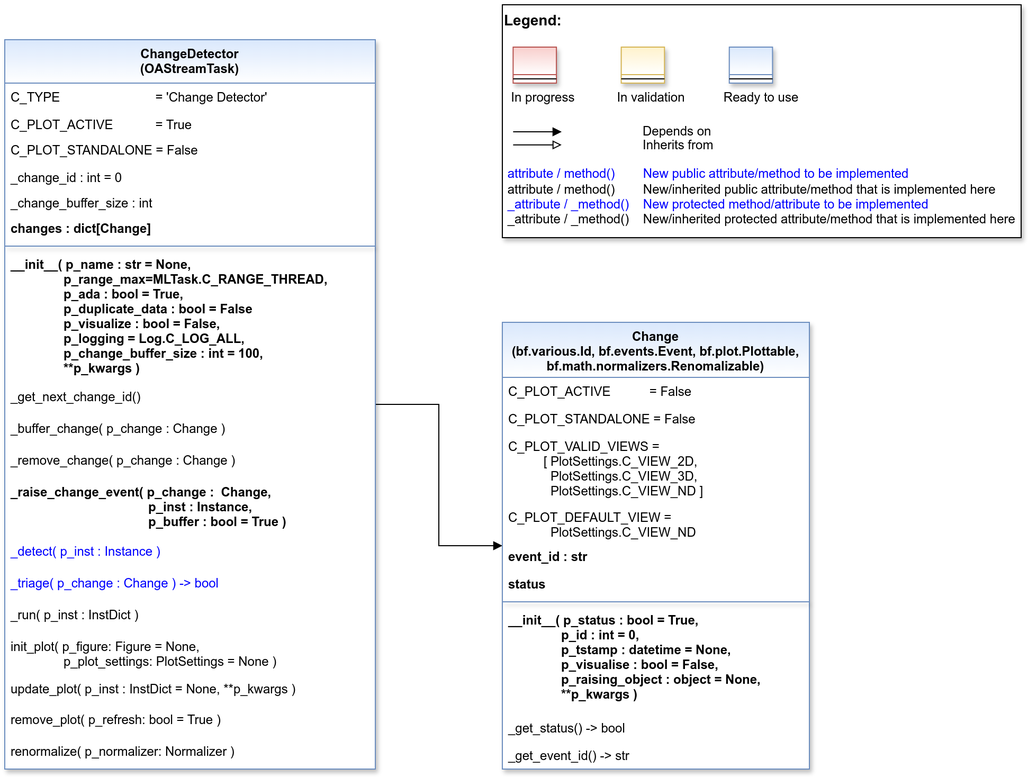
Earlier version of the draw.io export doc/rtd/content/99_appendices/appendix2/sub/mlpro_oa/streams/30_change_detection/images/MLPro-OA-Change-Detectors_class_diagram.drawio.png (fhswf/MLPro). Source tidied: cells renumbered, new cells last; positions are measured from the earlier drawing's top-left corner, leaving out a move shared by most shapes.
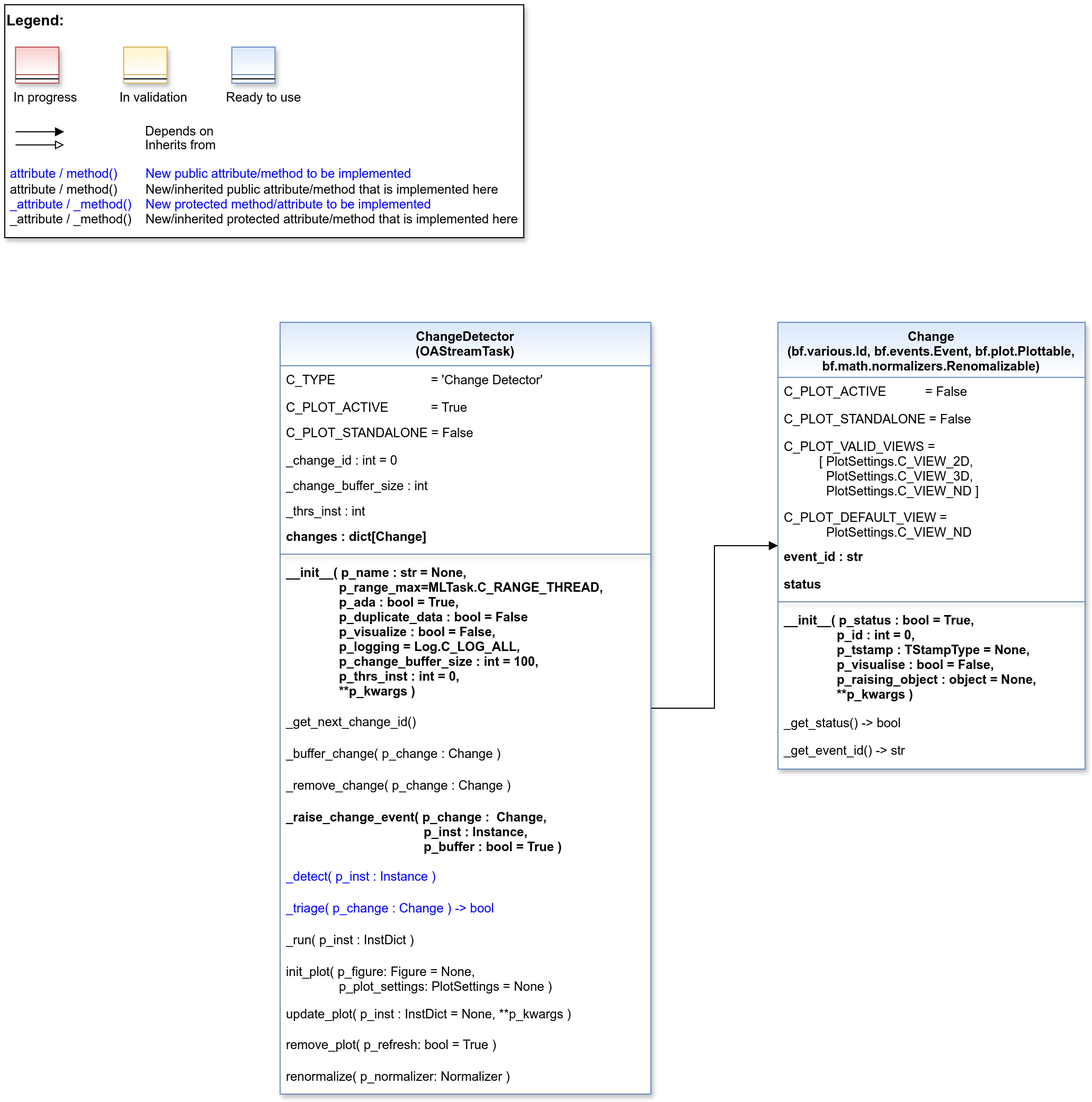
Above is the later version.

The edit, as a diff of the source:
```diff
@@ -3,7 +3,7 @@
     <mxCell id="0" />
     <mxCell id="1" parent="0" />
     <mxCell id="2" style="group;" parent="1" vertex="1">
-      <mxGeometry x="470" width="490" height="220" as="geometry" />
+      <mxGeometry width="490" height="220" as="geometry" />
     </mxCell>
     <mxCell id="3" value="&lt;font color=&quot;#000000&quot; size=&quot;1&quot;&gt;&lt;b style=&quot;font-size: 14px&quot;&gt;Legend:&lt;br&gt;&lt;/b&gt;&lt;/font&gt;&lt;br&gt;&lt;br&gt;&lt;br&gt;&lt;font color=&quot;#0000ff&quot; style=&quot;font-size: 6px&quot;&gt;&lt;br&gt;&lt;/font&gt;&lt;span style=&quot;color: rgb(0 , 0 , 0)&quot;&gt;&lt;font style=&quot;font-size: 4px&quot;&gt;&amp;nbsp; &amp;nbsp;&lt;/font&gt;&amp;nbsp;In progress&amp;nbsp; &amp;nbsp; &amp;nbsp; &amp;nbsp; &amp;nbsp; &amp;nbsp; In validation&amp;nbsp; &amp;nbsp; &amp;nbsp; &amp;nbsp; &amp;nbsp; &amp;nbsp;Ready to use&lt;/span&gt;&lt;font color=&quot;#000000&quot;&gt;&amp;nbsp;&lt;br&gt;&lt;/font&gt;&lt;font color=&quot;#0000ff&quot;&gt;&lt;br&gt;&lt;br&gt;&lt;br&gt;&lt;br&gt;&amp;nbsp;attribute / method()&amp;nbsp; &amp;nbsp; &amp;nbsp; &amp;nbsp; New public attribute/method to be implemented&lt;/font&gt;&lt;br&gt;&lt;font color=&quot;#000000&quot;&gt;&amp;nbsp;&lt;/font&gt;&lt;font color=&quot;#000000&quot;&gt;attribute / method()&lt;span&gt; &lt;/span&gt;&amp;nbsp; &amp;nbsp; &amp;nbsp; &amp;nbsp;New/inherited public attribute/method that is implemented here&lt;br&gt;&lt;/font&gt;&lt;font color=&quot;#0000ff&quot;&gt;&amp;nbsp;_attribute /&amp;nbsp;&lt;/font&gt;&lt;font color=&quot;#0000ff&quot;&gt;_method()&amp;nbsp; &amp;nbsp; New protected method/attribute to be implemented&lt;/font&gt;&lt;br&gt;&lt;font color=&quot;#000000&quot;&gt;&amp;nbsp;_attribute / _method()&amp;nbsp; &amp;nbsp; New/inherited protected attribute/method that is implemented here&lt;br&gt;&lt;/font&gt;&lt;font color=&quot;#000000&quot;&gt;&lt;br&gt;&lt;br&gt;&lt;br&gt;&lt;br&gt;&lt;br&gt;&lt;/font&gt;" style="text;html=1;align=left;verticalAlign=top;whiteSpace=wrap;rounded=0;fontColor=#006600;strokeColor=#000000;shadow=1;fillColor=#ffffff;" parent="2" vertex="1">
       <mxGeometry width="490" height="220" as="geometry" />
@@ -43,11 +43,11 @@
     <mxCell id="11" style="line;html=1;strokeWidth=1;align=left;verticalAlign=middle;spacingTop=-1;spacingLeft=3;spacingRight=3;labelPosition=right;" parent="10" vertex="1">
       <mxGeometry y="26" width="40.8" height="8" as="geometry" />
     </mxCell>
-    <mxCell id="12" style="edgeStyle=orthogonalEdgeStyle;rounded=0;jettySize=auto;html=1;endArrow=block;endFill=1;" parent="1" edge="1" source="13" target="33">
+    <mxCell id="12" style="edgeStyle=orthogonalEdgeStyle;rounded=0;jettySize=auto;html=1;endArrow=block;endFill=1;" parent="1" edge="1" source="13" target="34">
       <mxGeometry relative="1" as="geometry" />
     </mxCell>
     <mxCell id="13" value="ChangeDetector&#10;(OAStreamTask)" style="swimlane;align=center;verticalAlign=top;horizontal=1;startSize=41;rounded=0;shadow=1;strokeWidth=1;fillColor=#dae8fc;strokeColor=#6c8ebf;swimlaneFillColor=#ffffff;gradientColor=#FFFFFF;" parent="1" vertex="1">
-      <mxGeometry y="33" width="350" height="689" as="geometry" />
+      <mxGeometry x="260" y="300" width="350" height="729" as="geometry" />
     </mxCell>
     <mxCell id="14" value="C_TYPE                           = 'Change Detector'" style="text;align=left;verticalAlign=top;spacingLeft=4;spacingRight=4;overflow=hidden;fontStyle=0;fontColor=default;" parent="13" vertex="1">
       <mxGeometry y="41" width="350" height="26" as="geometry" />
@@ -64,80 +64,83 @@
     <mxCell id="18" value="_change_buffer_size : int" style="text;align=left;verticalAlign=top;spacingLeft=4;spacingRight=4;overflow=hidden;" parent="13" vertex="1">
       <mxGeometry y="141" width="350" height="24" as="geometry" />
     </mxCell>
-    <mxCell id="19" value="changes : dict[Change]" style="text;align=left;verticalAlign=top;spacingLeft=4;spacingRight=4;overflow=hidden;fontStyle=1;" parent="13" vertex="1">
-      <mxGeometry y="165" width="350" height="26" as="geometry" />
+    <mxCell id="19" value="_thrs_inst : int" style="text;align=left;verticalAlign=top;spacingLeft=4;spacingRight=4;overflow=hidden;" parent="13" vertex="1">
+      <mxGeometry y="165" width="350" height="24" as="geometry" />
     </mxCell>
-    <mxCell id="20" style="line;html=1;strokeWidth=1;align=center;verticalAlign=top;spacingTop=-1;spacingLeft=3;spacingRight=3;labelPosition=right;rounded=0;shadow=1;strokeColor=#6c8ebf;swimlaneFillColor=#ffffff;fontFamily=Helvetica;fontSize=12;fontColor=default;fontStyle=3;fillColor=#dae8fc;gradientColor=#ffffff;" parent="13" vertex="1">
-      <mxGeometry y="191" width="350" height="8" as="geometry" />
+    <mxCell id="20" value="changes : dict[Change]" style="text;align=left;verticalAlign=top;spacingLeft=4;spacingRight=4;overflow=hidden;fontStyle=1;" parent="13" vertex="1">
+      <mxGeometry y="189" width="350" height="26" as="geometry" />
     </mxCell>
-    <mxCell id="21" value="__init__( p_name : str = None,&#10;               p_range_max=MLTask.C_RANGE_THREAD,&#10;               p_ada : bool = True,&#10;               p_duplicate_data : bool = False&#10;               p_visualize : bool = False,&#10;               p_logging = Log.C_LOG_ALL,&#10;               p_change_buffer_size : int = 100,&#10;               **p_kwargs )" style="text;align=left;verticalAlign=top;spacingLeft=4;spacingRight=4;overflow=hidden;fontStyle=1;" parent="13" vertex="1">
-      <mxGeometry y="199" width="350" height="125" as="geometry" />
+    <mxCell id="21" style="line;html=1;strokeWidth=1;align=center;verticalAlign=top;spacingTop=-1;spacingLeft=3;spacingRight=3;labelPosition=right;rounded=0;shadow=1;strokeColor=#6c8ebf;swimlaneFillColor=#ffffff;fontFamily=Helvetica;fontSize=12;fontColor=default;fontStyle=3;fillColor=#dae8fc;gradientColor=#ffffff;" parent="13" vertex="1">
+      <mxGeometry y="215" width="350" height="8" as="geometry" />
     </mxCell>
-    <mxCell id="22" value="_get_next_change_id()" style="text;align=left;verticalAlign=top;spacingLeft=4;spacingRight=4;overflow=hidden;shadow=1;" parent="13" vertex="1">
-      <mxGeometry y="324" width="350" height="30" as="geometry" />
+    <mxCell id="22" value="__init__( p_name : str = None,&#10;               p_range_max=MLTask.C_RANGE_THREAD,&#10;               p_ada : bool = True,&#10;               p_duplicate_data : bool = False&#10;               p_visualize : bool = False,&#10;               p_logging = Log.C_LOG_ALL,&#10;               p_change_buffer_size : int = 100,&#10;               p_thrs_inst : int = 0,&#10;               **p_kwargs )" style="text;align=left;verticalAlign=top;spacingLeft=4;spacingRight=4;overflow=hidden;fontStyle=1;" parent="13" vertex="1">
+      <mxGeometry y="223" width="350" height="141" as="geometry" />
     </mxCell>
-    <mxCell id="23" value="_buffer_change( p_change : Change )" style="text;align=left;verticalAlign=top;spacingLeft=4;spacingRight=4;overflow=hidden;shadow=1;" parent="13" vertex="1">
-      <mxGeometry y="354" width="350" height="30" as="geometry" />
+    <mxCell id="23" value="_get_next_change_id()" style="text;align=left;verticalAlign=top;spacingLeft=4;spacingRight=4;overflow=hidden;shadow=1;" parent="13" vertex="1">
+      <mxGeometry y="364" width="350" height="30" as="geometry" />
     </mxCell>
-    <mxCell id="24" value="_remove_change( p_change : Change )" style="text;align=left;verticalAlign=top;spacingLeft=4;spacingRight=4;overflow=hidden;shadow=1;" parent="13" vertex="1">
-      <mxGeometry y="384" width="350" height="30" as="geometry" />
+    <mxCell id="24" value="_buffer_change( p_change : Change )" style="text;align=left;verticalAlign=top;spacingLeft=4;spacingRight=4;overflow=hidden;shadow=1;" parent="13" vertex="1">
+      <mxGeometry y="394" width="350" height="30" as="geometry" />
     </mxCell>
-    <mxCell id="25" value="_raise_change_event( p_change :  Change, &#10;                                       p_inst : Instance,&#10;                                       p_buffer : bool = True )" style="text;align=left;verticalAlign=top;spacingLeft=4;spacingRight=4;overflow=hidden;shadow=1;fontStyle=1;" parent="13" vertex="1">
-      <mxGeometry y="414" width="350" height="56" as="geometry" />
+    <mxCell id="25" value="_remove_change( p_change : Change )" style="text;align=left;verticalAlign=top;spacingLeft=4;spacingRight=4;overflow=hidden;shadow=1;" parent="13" vertex="1">
+      <mxGeometry y="424" width="350" height="30" as="geometry" />
     </mxCell>
-    <mxCell id="26" value="_detect( p_inst : Instance )" style="text;align=left;verticalAlign=top;spacingLeft=4;spacingRight=4;overflow=hidden;shadow=1;fontColor=#0000FF;" parent="13" vertex="1">
-      <mxGeometry y="470" width="350" height="30" as="geometry" />
+    <mxCell id="26" value="_raise_change_event( p_change :  Change, &#10;                                       p_inst : Instance,&#10;                                       p_buffer : bool = True )" style="text;align=left;verticalAlign=top;spacingLeft=4;spacingRight=4;overflow=hidden;shadow=1;fontStyle=1;" parent="13" vertex="1">
+      <mxGeometry y="454" width="350" height="56" as="geometry" />
     </mxCell>
-    <mxCell id="27" value="_triage( p_change : Change ) -&gt; bool" style="text;align=left;verticalAlign=top;spacingLeft=4;spacingRight=4;overflow=hidden;shadow=1;fontColor=#0000FF;" parent="13" vertex="1">
-      <mxGeometry y="500" width="350" height="30" as="geometry" />
+    <mxCell id="27" value="_detect( p_inst : Instance )" style="text;align=left;verticalAlign=top;spacingLeft=4;spacingRight=4;overflow=hidden;shadow=1;fontColor=#0000FF;" parent="13" vertex="1">
+      <mxGeometry y="510" width="350" height="30" as="geometry" />
     </mxCell>
-    <mxCell id="28" value="_run( p_inst : InstDict )" style="text;align=left;verticalAlign=top;spacingLeft=4;spacingRight=4;overflow=hidden;shadow=1;" parent="13" vertex="1">
-      <mxGeometry y="530" width="350" height="30" as="geometry" />
+    <mxCell id="28" value="_triage( p_change : Change ) -&gt; bool" style="text;align=left;verticalAlign=top;spacingLeft=4;spacingRight=4;overflow=hidden;shadow=1;fontColor=#0000FF;" parent="13" vertex="1">
+      <mxGeometry y="540" width="350" height="30" as="geometry" />
     </mxCell>
-    <mxCell id="29" value="init_plot( p_figure: Figure = None,&#10;               p_plot_settings: PlotSettings = None )" style="text;align=left;verticalAlign=top;spacingLeft=4;spacingRight=4;overflow=hidden;shadow=1;fontStyle=0;" parent="13" vertex="1">
-      <mxGeometry y="560" width="350" height="40" as="geometry" />
+    <mxCell id="29" value="_run( p_inst : InstDict )" style="text;align=left;verticalAlign=top;spacingLeft=4;spacingRight=4;overflow=hidden;shadow=1;" parent="13" vertex="1">
+      <mxGeometry y="570" width="350" height="30" as="geometry" />
     </mxCell>
-    <mxCell id="30" value="update_plot( p_inst : InstDict = None, **p_kwargs )" style="text;align=left;verticalAlign=top;spacingLeft=4;spacingRight=4;overflow=hidden;shadow=1;fontStyle=0;" parent="13" vertex="1">
-      <mxGeometry y="600" width="350" height="29" as="geometry" />
+    <mxCell id="30" value="init_plot( p_figure: Figure = None,&#10;               p_plot_settings: PlotSettings = None )" style="text;align=left;verticalAlign=top;spacingLeft=4;spacingRight=4;overflow=hidden;shadow=1;fontStyle=0;" parent="13" vertex="1">
+      <mxGeometry y="600" width="350" height="40" as="geometry" />
     </mxCell>
-    <mxCell id="31" value="remove_plot( p_refresh: bool = True )" style="text;align=left;verticalAlign=top;spacingLeft=4;spacingRight=4;overflow=hidden;shadow=1;fontStyle=0;" parent="13" vertex="1">
-      <mxGeometry y="629" width="350" height="30" as="geometry" />
+    <mxCell id="31" value="update_plot( p_inst : InstDict = None, **p_kwargs )" style="text;align=left;verticalAlign=top;spacingLeft=4;spacingRight=4;overflow=hidden;shadow=1;fontStyle=0;" parent="13" vertex="1">
+      <mxGeometry y="640" width="350" height="29" as="geometry" />
     </mxCell>
-    <mxCell id="32" value="renormalize( p_normalizer: Normalizer ) " style="text;align=left;verticalAlign=top;spacingLeft=4;spacingRight=4;overflow=hidden;shadow=1;fontStyle=0;" parent="13" vertex="1">
-      <mxGeometry y="659" width="350" height="30" as="geometry" />
+    <mxCell id="32" value="remove_plot( p_refresh: bool = True )" style="text;align=left;verticalAlign=top;spacingLeft=4;spacingRight=4;overflow=hidden;shadow=1;fontStyle=0;" parent="13" vertex="1">
+      <mxGeometry y="669" width="350" height="30" as="geometry" />
     </mxCell>
-    <mxCell id="33" value="Change&#10;(bf.various.Id, bf.events.Event, bf.plot.Plottable,&#10;bf.math.normalizers.Renomalizable)" style="swimlane;fontStyle=1;align=center;verticalAlign=top;horizontal=1;startSize=52;rounded=0;shadow=1;strokeWidth=1;fillColor=#dae8fc;strokeColor=#6c8ebf;swimlaneFillColor=#ffffff;fontFamily=Helvetica;fontSize=12;gradientColor=#FFFFFF;" parent="1" vertex="1">
-      <mxGeometry x="470" y="300" width="290" height="422" as="geometry" />
+    <mxCell id="33" value="renormalize( p_normalizer: Normalizer ) " style="text;align=left;verticalAlign=top;spacingLeft=4;spacingRight=4;overflow=hidden;points=[[0,0.5],[1,0.5]];portConstraint=eastwest;shadow=1;fontStyle=0;" parent="13" vertex="1">
+      <mxGeometry y="699" width="350" height="30" as="geometry" />
     </mxCell>
-    <mxCell id="34" value="C_PLOT_ACTIVE           = False" style="text;align=left;verticalAlign=top;spacingLeft=4;spacingRight=4;overflow=hidden;points=[[0,0.5],[1,0.5]];portConstraint=eastwest;" parent="33" vertex="1">
-      <mxGeometry y="52" width="290" height="26" as="geometry" />
+    <mxCell id="34" value="Change&#10;(bf.various.Id, bf.events.Event, bf.plot.Plottable,&#10;bf.math.normalizers.Renomalizable)" style="swimlane;fontStyle=1;align=center;verticalAlign=top;horizontal=1;startSize=52;rounded=0;shadow=1;strokeWidth=1;fillColor=#dae8fc;strokeColor=#6c8ebf;swimlaneFillColor=#ffffff;fontFamily=Helvetica;fontSize=12;gradientColor=#FFFFFF;" parent="1" vertex="1">
+      <mxGeometry x="730" y="300" width="290" height="422" as="geometry" />
     </mxCell>
-    <mxCell id="35" value="C_PLOT_STANDALONE = False" style="text;align=left;verticalAlign=top;spacingLeft=4;spacingRight=4;overflow=hidden;" parent="33" vertex="1">
-      <mxGeometry y="78" width="290" height="26" as="geometry" />
+    <mxCell id="35" value="C_PLOT_ACTIVE           = False" style="text;align=left;verticalAlign=top;spacingLeft=4;spacingRight=4;overflow=hidden;" parent="34" vertex="1">
+      <mxGeometry y="52" width="290" height="26" as="geometry" />
     </mxCell>
-    <mxCell id="36" value="C_PLOT_VALID_VIEWS = &#10;          [ PlotSettings.C_VIEW_2D, &#10;            PlotSettings.C_VIEW_3D, &#10;            PlotSettings.C_VIEW_ND ]" style="text;align=left;verticalAlign=top;spacingLeft=4;spacingRight=4;overflow=hidden;" parent="33" vertex="1">
-      <mxGeometry y="104" width="290" height="67" as="geometry" />
+    <mxCell id="36" value="C_PLOT_STANDALONE = False" style="text;align=left;verticalAlign=top;spacingLeft=4;spacingRight=4;overflow=hidden;" parent="34" vertex="1">
+      <mxGeometry y="78" width="290" height="26" as="geometry" />
     </mxCell>
-    <mxCell id="37" value="C_PLOT_DEFAULT_VIEW = &#10;            PlotSettings.C_VIEW_ND" style="text;align=left;verticalAlign=top;spacingLeft=4;spacingRight=4;overflow=hidden;" parent="33" vertex="1">
-      <mxGeometry y="171" width="290" height="37" as="geometry" />
+    <mxCell id="37" value="C_PLOT_VALID_VIEWS = &#10;          [ PlotSettings.C_VIEW_2D, &#10;            PlotSettings.C_VIEW_3D, &#10;            PlotSettings.C_VIEW_ND ]" style="text;align=left;verticalAlign=top;spacingLeft=4;spacingRight=4;overflow=hidden;" parent="34" vertex="1">
+      <mxGeometry y="104" width="290" height="67" as="geometry" />
     </mxCell>
-    <mxCell id="38" value="event_id : str" style="text;align=left;verticalAlign=top;spacingLeft=4;spacingRight=4;overflow=hidden;fontStyle=1;" parent="33" vertex="1">
-      <mxGeometry y="208" width="290" height="26" as="geometry" />
+    <mxCell id="38" value="C_PLOT_DEFAULT_VIEW = &#10;            PlotSettings.C_VIEW_ND" style="text;align=left;verticalAlign=top;spacingLeft=4;spacingRight=4;overflow=hidden;" parent="34" vertex="1">
+      <mxGeometry y="171" width="290" height="37" as="geometry" />
     </mxCell>
-    <mxCell id="39" value="status" style="text;align=left;verticalAlign=top;spacingLeft=4;spacingRight=4;overflow=hidden;fontStyle=1;" parent="33" vertex="1">
-      <mxGeometry y="234" width="290" height="26" as="geometry" />
+    <mxCell id="39" value="event_id : str" style="text;align=left;verticalAlign=top;spacingLeft=4;spacingRight=4;overflow=hidden;fontStyle=1;" parent="34" vertex="1">
+      <mxGeometry y="208" width="290" height="26" as="geometry" />
     </mxCell>
-    <mxCell id="40" style="line;html=1;strokeWidth=1;align=center;verticalAlign=top;spacingTop=-1;spacingLeft=3;spacingRight=3;labelPosition=right;rounded=0;shadow=1;strokeColor=#6c8ebf;swimlaneFillColor=#ffffff;fontFamily=Helvetica;fontSize=12;fontColor=default;fontStyle=1;fillColor=#dae8fc;gradientColor=#ffffff;" parent="33" vertex="1">
-      <mxGeometry y="260" width="290" height="8" as="geometry" />
+    <mxCell id="40" value="status" style="text;align=left;verticalAlign=top;spacingLeft=4;spacingRight=4;overflow=hidden;fontStyle=1;" parent="34" vertex="1">
+      <mxGeometry y="234" width="290" height="26" as="geometry" />
     </mxCell>
-    <mxCell id="41" value="__init__( p_status : bool = True,&#10;               p_id : int = 0,&#10;               p_tstamp : datetime = None,&#10;               p_visualise : bool = False,&#10;               p_raising_object : object = None,&#10;               **p_kwargs )" style="text;align=left;verticalAlign=top;spacingLeft=4;spacingRight=4;overflow=hidden;fontStyle=1;" parent="33" vertex="1">
-      <mxGeometry y="268" width="290" height="102" as="geometry" />
+    <mxCell id="41" style="line;html=1;strokeWidth=1;align=center;verticalAlign=top;spacingTop=-1;spacingLeft=3;spacingRight=3;labelPosition=right;rounded=0;shadow=1;strokeColor=#6c8ebf;swimlaneFillColor=#ffffff;fontFamily=Helvetica;fontSize=12;fontColor=default;fontStyle=1;fillColor=#dae8fc;gradientColor=#ffffff;" parent="34" vertex="1">
+      <mxGeometry y="260" width="290" height="8" as="geometry" />
     </mxCell>
-    <mxCell id="42" value="_get_status() -&gt; bool" style="text;align=left;verticalAlign=top;spacingLeft=4;spacingRight=4;overflow=hidden;fontStyle=0;" parent="33" vertex="1">
-      <mxGeometry y="370" width="290" height="26" as="geometry" />
+    <mxCell id="42" value="__init__( p_status : bool = True,&#10;               p_id : int = 0,&#10;               p_tstamp : TStampType = None,&#10;               p_visualise : bool = False,&#10;               p_raising_object : object = None,&#10;               **p_kwargs )" style="text;align=left;verticalAlign=top;spacingLeft=4;spacingRight=4;overflow=hidden;fontStyle=1;" parent="34" vertex="1">
+      <mxGeometry y="268" width="290" height="97" as="geometry" />
     </mxCell>
-    <mxCell id="43" value="_get_event_id() -&gt; str" style="text;align=left;verticalAlign=top;spacingLeft=4;spacingRight=4;overflow=hidden;fontStyle=0;" parent="33" vertex="1">
-      <mxGeometry y="396" width="290" height="26" as="geometry" />
+    <mxCell id="43" value="_get_status() -&gt; bool" style="text;align=left;verticalAlign=top;spacingLeft=4;spacingRight=4;overflow=hidden;fontStyle=0;" parent="34" vertex="1">
+      <mxGeometry y="365" width="290" height="26" as="geometry" />
     </mxCell>
+    <mxCell id="44" value="_get_event_id() -&gt; str" style="text;align=left;verticalAlign=top;spacingLeft=4;spacingRight=4;overflow=hidden;fontStyle=0;" parent="34" vertex="1">
+      <mxGeometry y="391" width="290" height="26" as="geometry" />
+    </mxCell>
   </root>
 </mxGraphModel>
```
